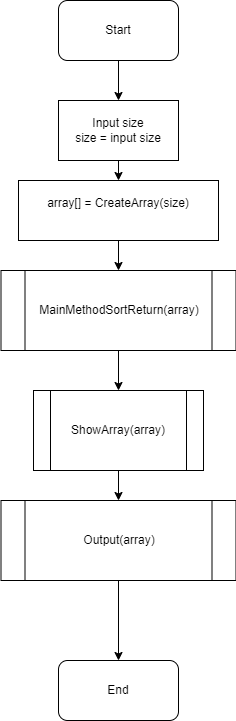
The draw.io diagram 4.Output.drawio.png in wdlts/EXAMINATION_CSHARP, before a commit. Source tidied: cells renumbered, new cells last; positions are measured from the earlier drawing's top-left corner, leaving out a move shared by most shapes. Its diagram source:
```xml
<mxGraphModel>
  <root>
    <mxCell id="0" />
    <mxCell id="1" parent="0" />
    <mxCell id="2" style="edgeStyle=none;html=1;" parent="1" edge="1" source="3" target="7">
      <mxGeometry relative="1" as="geometry" />
    </mxCell>
    <mxCell id="3" value="Start" style="rounded=1;whiteSpace=wrap;html=1;" parent="1" vertex="1">
      <mxGeometry x="58" width="120" height="60" as="geometry" />
    </mxCell>
    <mxCell id="4" style="edgeStyle=none;html=1;" parent="1" edge="1" source="5" target="14">
      <mxGeometry relative="1" as="geometry" />
    </mxCell>
    <mxCell id="5" value="ShowArray(array)" style="shape=process;whiteSpace=wrap;html=1;backgroundOutline=1;" parent="1" vertex="1">
      <mxGeometry x="33" y="390" width="170" height="80" as="geometry" />
    </mxCell>
    <mxCell id="6" style="edgeStyle=none;html=1;" parent="1" edge="1" source="7" target="12">
      <mxGeometry relative="1" as="geometry" />
    </mxCell>
    <mxCell id="7" value="Input size&lt;br&gt;size = input size" style="rounded=0;whiteSpace=wrap;html=1;" parent="1" vertex="1">
      <mxGeometry x="58" y="100" width="120" height="60" as="geometry" />
    </mxCell>
    <mxCell id="8" style="edgeStyle=none;html=1;" parent="1" edge="1" source="9" target="5">
      <mxGeometry relative="1" as="geometry" />
    </mxCell>
    <mxCell id="9" value="MainMethodSortReturn(array)" style="shape=process;whiteSpace=wrap;html=1;backgroundOutline=1;" parent="1" vertex="1">
      <mxGeometry x="0.5" y="270" width="235" height="80" as="geometry" />
    </mxCell>
    <mxCell id="10" value="End" style="rounded=1;whiteSpace=wrap;html=1;" parent="1" vertex="1">
      <mxGeometry x="58" y="660" width="120" height="60" as="geometry" />
    </mxCell>
    <mxCell id="11" style="edgeStyle=none;html=1;" parent="1" edge="1" source="12" target="9">
      <mxGeometry relative="1" as="geometry" />
    </mxCell>
    <mxCell id="12" value="array[] = CreateArray(size)&lt;br&gt;&amp;nbsp;" style="rounded=0;whiteSpace=wrap;html=1;" parent="1" vertex="1">
      <mxGeometry x="18" y="180" width="200" height="60" as="geometry" />
    </mxCell>
    <mxCell id="13" style="edgeStyle=none;html=1;" parent="1" edge="1" source="14" target="10">
      <mxGeometry relative="1" as="geometry" />
    </mxCell>
    <mxCell id="14" value="Output(array)" style="shape=process;whiteSpace=wrap;html=1;backgroundOutline=1;" parent="1" vertex="1">
      <mxGeometry x="0.5" y="500" width="235" height="80" as="geometry" />
    </mxCell>
  </root>
</mxGraphModel>
```
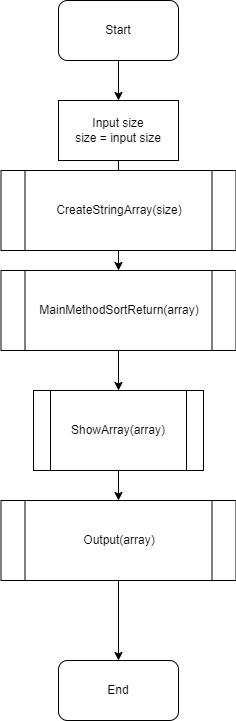
The same file after the commit.

The edit, as a diff of the source:
```diff
@@ -14,8 +14,10 @@
     <mxCell id="5" value="ShowArray(array)" style="shape=process;whiteSpace=wrap;html=1;backgroundOutline=1;" parent="1" vertex="1">
       <mxGeometry x="33" y="390" width="170" height="80" as="geometry" />
     </mxCell>
-    <mxCell id="6" style="edgeStyle=none;html=1;" parent="1" edge="1" source="7" target="12">
-      <mxGeometry relative="1" as="geometry" />
+    <mxCell id="6" style="edgeStyle=none;html=1;" parent="1" edge="1" source="7">
+      <mxGeometry relative="1" as="geometry">
+        <mxPoint x="118" y="180" as="targetPoint" />
+      </mxGeometry>
     </mxCell>
     <mxCell id="7" value="Input size&lt;br&gt;size = input size" style="rounded=0;whiteSpace=wrap;html=1;" parent="1" vertex="1">
       <mxGeometry x="58" y="100" width="120" height="60" as="geometry" />
@@ -29,17 +31,19 @@
     <mxCell id="10" value="End" style="rounded=1;whiteSpace=wrap;html=1;" parent="1" vertex="1">
       <mxGeometry x="58" y="660" width="120" height="60" as="geometry" />
     </mxCell>
-    <mxCell id="11" style="edgeStyle=none;html=1;" parent="1" edge="1" source="12" target="9">
-      <mxGeometry relative="1" as="geometry" />
+    <mxCell id="11" style="edgeStyle=none;html=1;" parent="1" edge="1" target="9">
+      <mxGeometry relative="1" as="geometry">
+        <mxPoint x="118" y="240" as="sourcePoint" />
+      </mxGeometry>
     </mxCell>
-    <mxCell id="12" value="array[] = CreateArray(size)&lt;br&gt;&amp;nbsp;" style="rounded=0;whiteSpace=wrap;html=1;" parent="1" vertex="1">
-      <mxGeometry x="18" y="180" width="200" height="60" as="geometry" />
-    </mxCell>
     <mxCell id="13" style="edgeStyle=none;html=1;" parent="1" edge="1" source="14" target="10">
       <mxGeometry relative="1" as="geometry" />
     </mxCell>
     <mxCell id="14" value="Output(array)" style="shape=process;whiteSpace=wrap;html=1;backgroundOutline=1;" parent="1" vertex="1">
       <mxGeometry x="0.5" y="500" width="235" height="80" as="geometry" />
     </mxCell>
+    <mxCell id="15" value="CreateStringArray(size)" style="shape=process;whiteSpace=wrap;html=1;backgroundOutline=1;" parent="1" vertex="1">
+      <mxGeometry x="0.5" y="170" width="235" height="80" as="geometry" />
+    </mxCell>
   </root>
 </mxGraphModel>
```
